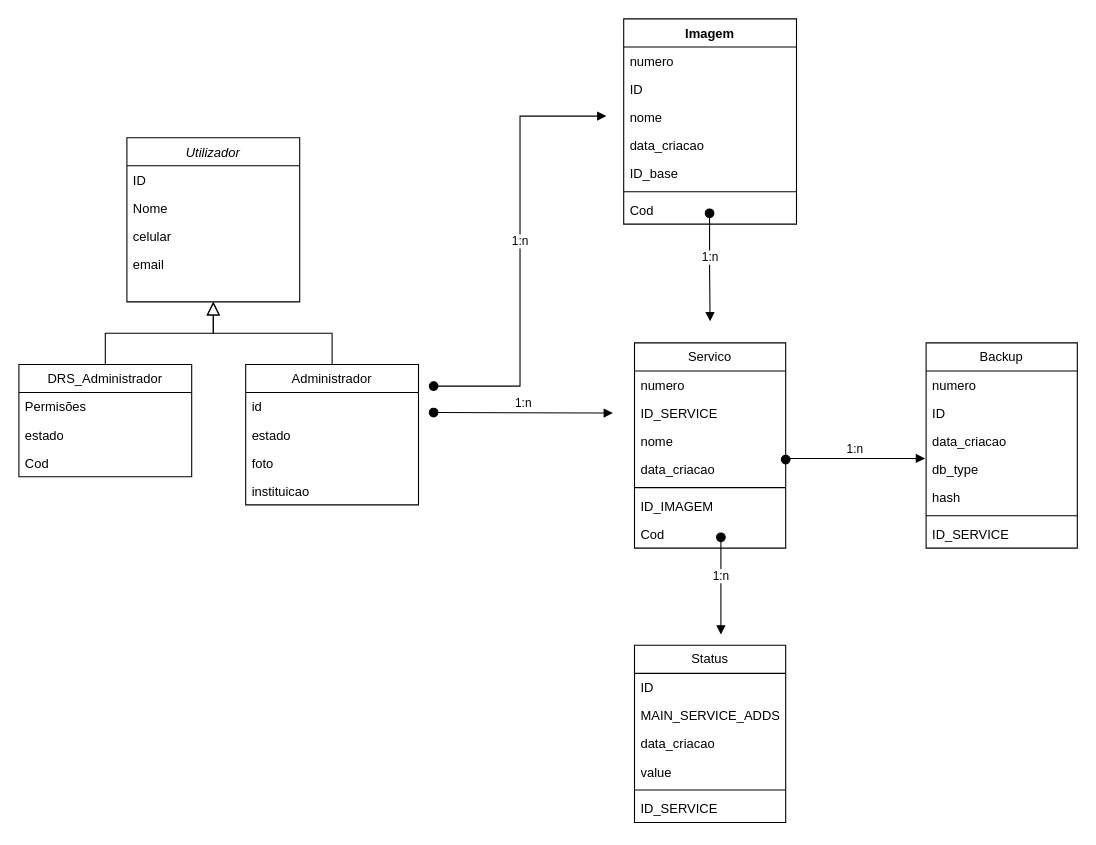
Above: TRABALHO_TORICO/Diagramas/diagramaEntidades.drawio in magiccode4Dim/Desaster-Recover-System (draw.io), before the change. Source tidied: cells renumbered, new cells numbered last; positions are measured from the earlier drawing's top-left corner, leaving out a move shared by most shapes. Both pictures are drawn from the tidied source at 108%, with x=0, y=0 at pixel (18, 18).
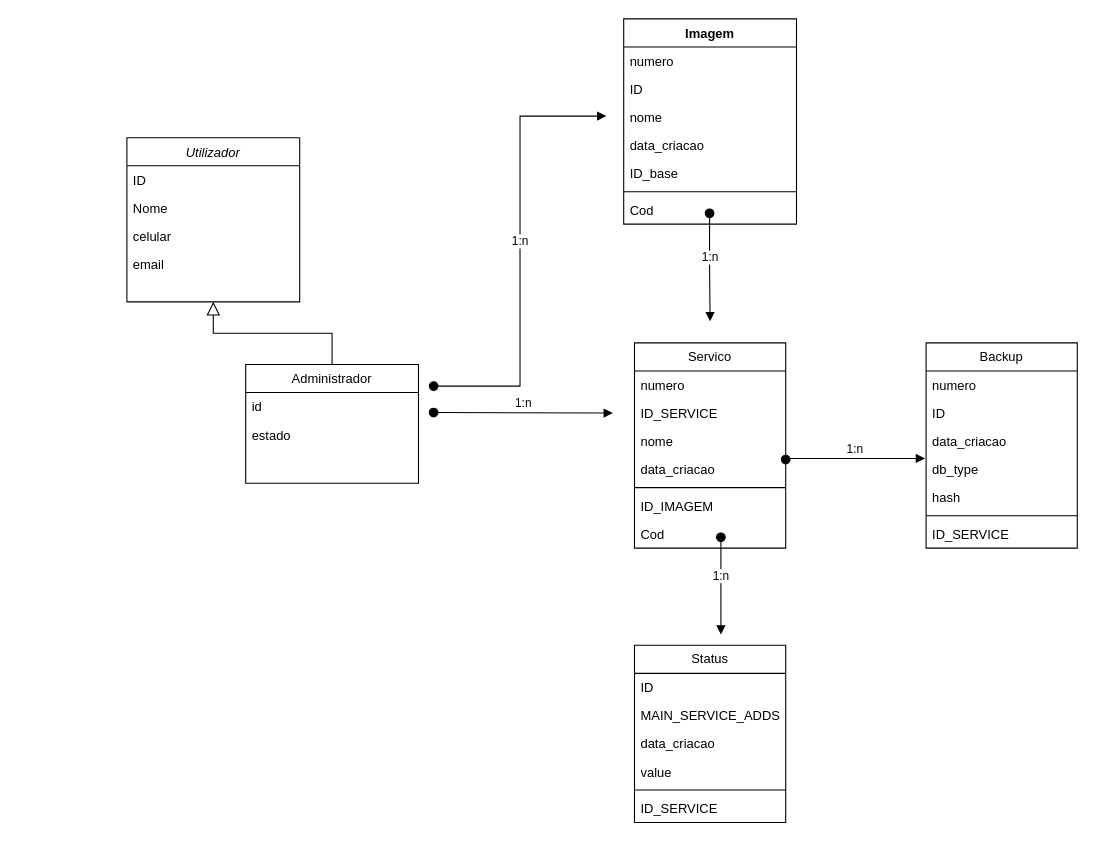
Above is the later version.

Unchanged cells that the change refers to:
```xml
<mxCell id="2" value="Utilizador" style="swimlane;fontStyle=2;align=center;verticalAlign=top;horizontal=1;startSize=26;rounded=0;shadow=0;strokeWidth=1;" parent="1" vertex="1">
  <mxGeometry x="100" y="110" width="160" height="152" as="geometry" />
</mxCell>
```

The edit, as a diff of the source:
```diff
@@
-    <mxCell id="7" value="DRS_Administrador" style="swimlane;fontStyle=0;align=center;verticalAlign=top;horizontal=1;startSize=26;rounded=0;shadow=0;strokeWidth=1;" parent="1" vertex="1">
-      <mxGeometry y="320" width="160" height="104" as="geometry" />
-    </mxCell>
-    <mxCell id="8" value="Permisões" style="text;align=left;verticalAlign=top;spacingLeft=4;spacingRight=4;overflow=hidden;" parent="7" vertex="1">
-      <mxGeometry y="26" width="160" height="26" as="geometry" />
-    </mxCell>
-    <mxCell id="9" value="estado" style="text;align=left;verticalAlign=top;spacingLeft=4;spacingRight=4;overflow=hidden;rounded=0;shadow=0;html=0;" parent="7" vertex="1">
-      <mxGeometry y="52" width="160" height="26" as="geometry" />
-    </mxCell>
-    <mxCell id="10" value="Cod" style="text;align=left;verticalAlign=top;spacingLeft=4;spacingRight=4;overflow=hidden;rounded=0;shadow=0;html=0;" parent="7" vertex="1">
-      <mxGeometry y="78" width="160" height="26" as="geometry" />
-    </mxCell>
-    <mxCell id="11" style="endArrow=block;endSize=10;endFill=0;shadow=0;strokeWidth=1;rounded=0;edgeStyle=elbowEdgeStyle;elbow=vertical;" parent="1" edge="1" source="7" target="2">
-      <mxGeometry relative="1" as="geometry" />
-    </mxCell>
     <mxCell id="12" value="Administrador" style="swimlane;fontStyle=0;align=center;verticalAlign=top;horizontal=1;startSize=26;rounded=0;shadow=0;strokeWidth=1;" parent="1" vertex="1">
-      <mxGeometry x="210" y="320" width="160" height="130" as="geometry" />
+      <mxGeometry x="210" y="320" width="160" height="110" as="geometry" />
     </mxCell>
@@
-    <mxCell id="15" value="foto" style="text;align=left;verticalAlign=top;spacingLeft=4;spacingRight=4;overflow=hidden;" parent="12" vertex="1">
-      <mxGeometry y="78" width="160" height="26" as="geometry" />
-    </mxCell>
-    <mxCell id="16" value="instituicao" style="text;align=left;verticalAlign=top;spacingLeft=4;spacingRight=4;overflow=hidden;" parent="12" vertex="1">
-      <mxGeometry y="104" width="160" height="26" as="geometry" />
-    </mxCell>
```
